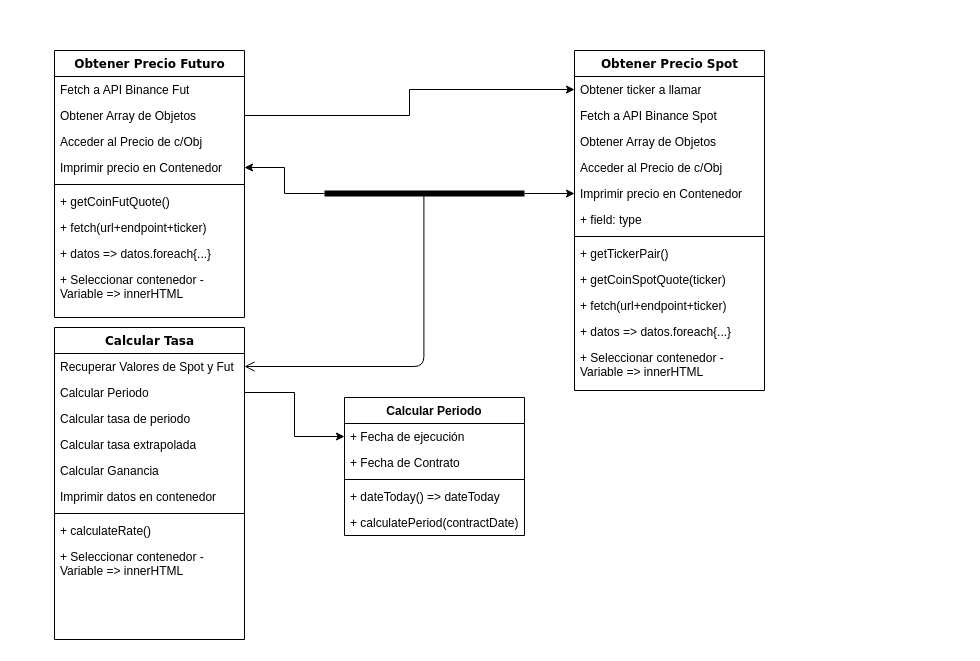
Earlier version of the draw.io diagram Flujo de logica.drawio (frepetti/Crypto-Tracker). Source tidied: cells renumbered, new cells numbered last; positions are measured from the earlier drawing's top-left corner, leaving out a move shared by most shapes. Both pictures are drawn from the tidied source at 100%, with x=0, y=0 at pixel (54, 50).
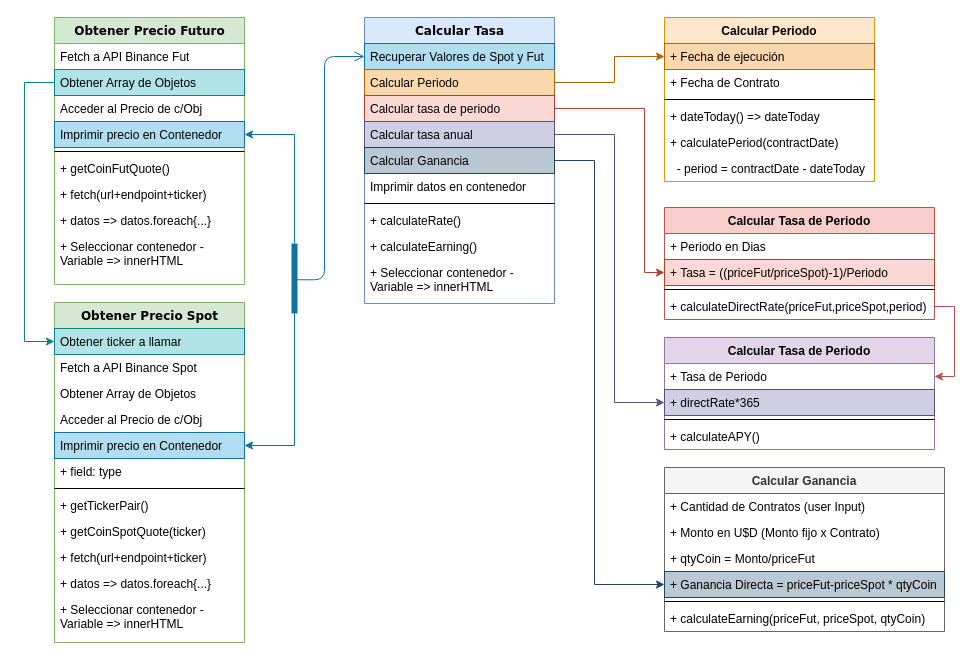
The same page after the edit.

Commit message (it also covers changes not shown here):
Logica Actualizada

The edit, as a diff of the source:
```diff
@@
-    <mxCell id="2" value="Obtener Precio Spot" style="swimlane;html=1;fontStyle=1;align=center;verticalAlign=top;horizontal=1;startSize=26;swimlaneFillColor=#ffffff;rounded=0;shadow=0;comic=0;labelBackgroundColor=none;strokeWidth=1;fillColor=none;fontFamily=Verdana;fontSize=12;" parent="1" vertex="1">
-      <mxGeometry x="520" width="190" height="340" as="geometry" />
+    <mxCell id="2" value="Obtener Precio Spot" style="swimlane;html=1;fontStyle=1;align=center;verticalAlign=top;horizontal=1;startSize=26;swimlaneFillColor=#ffffff;rounded=0;shadow=0;comic=0;labelBackgroundColor=none;strokeWidth=1;fillColor=#d5e8d4;fontFamily=Verdana;fontSize=12;strokeColor=#82b366;" parent="1" vertex="1">
+      <mxGeometry y="252" width="190" height="340" as="geometry" />
     </mxCell>
-    <mxCell id="3" value="Obtener ticker a llamar" style="text;html=1;strokeColor=none;fillColor=none;align=left;verticalAlign=top;spacingLeft=4;spacingRight=4;whiteSpace=wrap;overflow=hidden;points=[[0,0.5],[1,0.5]];portConstraint=eastwest;" parent="2" vertex="1">
+    <mxCell id="3" value="Obtener ticker a llamar" style="text;html=1;strokeColor=#0e8088;fillColor=#b0e3e6;align=left;verticalAlign=top;spacingLeft=4;spacingRight=4;whiteSpace=wrap;overflow=hidden;points=[[0,0.5],[1,0.5]];portConstraint=eastwest;" parent="2" vertex="1">
       <mxGeometry y="26" width="190" height="26" as="geometry" />
     </mxCell>
@@
-    <mxCell id="7" value="Imprimir precio en Contenedor" style="text;html=1;strokeColor=none;fillColor=none;align=left;verticalAlign=top;spacingLeft=4;spacingRight=4;whiteSpace=wrap;overflow=hidden;points=[[0,0.5],[1,0.5]];portConstraint=eastwest;" parent="2" vertex="1">
+    <mxCell id="7" value="Imprimir precio en Contenedor" style="text;html=1;strokeColor=#10739e;fillColor=#b1ddf0;align=left;verticalAlign=top;spacingLeft=4;spacingRight=4;whiteSpace=wrap;overflow=hidden;points=[[0,0.5],[1,0.5]];portConstraint=eastwest;" parent="2" vertex="1">
       <mxGeometry y="130" width="190" height="26" as="geometry" />
     </mxCell>
@@
-    <mxCell id="15" value="Obtener Precio Futuro" style="swimlane;html=1;fontStyle=1;align=center;verticalAlign=top;horizontal=1;startSize=26;swimlaneFillColor=#ffffff;rounded=0;shadow=0;comic=0;labelBackgroundColor=none;strokeWidth=1;fillColor=none;fontFamily=Verdana;fontSize=12;" parent="1" vertex="1">
-      <mxGeometry width="190" height="267" as="geometry" />
+    <mxCell id="15" value="Obtener Precio Futuro" style="swimlane;html=1;fontStyle=1;align=center;verticalAlign=top;horizontal=1;startSize=26;swimlaneFillColor=#ffffff;rounded=0;shadow=0;comic=0;labelBackgroundColor=none;strokeWidth=1;fillColor=#d5e8d4;fontFamily=Verdana;fontSize=12;strokeColor=#82b366;" parent="1" vertex="1">
+      <mxGeometry y="-33" width="190" height="267" as="geometry" />
     </mxCell>
@@
-    <mxCell id="17" value="Obtener Array de Objetos" style="text;html=1;strokeColor=none;fillColor=none;align=left;verticalAlign=top;spacingLeft=4;spacingRight=4;whiteSpace=wrap;overflow=hidden;points=[[0,0.5],[1,0.5]];portConstraint=eastwest;" parent="15" vertex="1">
+    <mxCell id="17" value="Obtener Array de Objetos" style="text;html=1;strokeColor=#0e8088;fillColor=#b0e3e6;align=left;verticalAlign=top;spacingLeft=4;spacingRight=4;whiteSpace=wrap;overflow=hidden;points=[[0,0.5],[1,0.5]];portConstraint=eastwest;" parent="15" vertex="1">
       <mxGeometry y="52" width="190" height="26" as="geometry" />
     </mxCell>
@@
-    <mxCell id="19" value="Imprimir precio en Contenedor" style="text;html=1;strokeColor=none;fillColor=none;align=left;verticalAlign=top;spacingLeft=4;spacingRight=4;whiteSpace=wrap;overflow=hidden;points=[[0,0.5],[1,0.5]];portConstraint=eastwest;" parent="15" vertex="1">
+    <mxCell id="19" value="Imprimir precio en Contenedor" style="text;html=1;strokeColor=#10739e;fillColor=#b1ddf0;align=left;verticalAlign=top;spacingLeft=4;spacingRight=4;whiteSpace=wrap;overflow=hidden;points=[[0,0.5],[1,0.5]];portConstraint=eastwest;" parent="15" vertex="1">
       <mxGeometry y="104" width="190" height="26" as="geometry" />
     </mxCell>
@@
-    <mxCell id="25" style="edgeStyle=orthogonalEdgeStyle;rounded=0;jettySize=auto;html=1;entryX=0;entryY=0.5;entryDx=0;entryDy=0;exitX=1;exitY=0.5;exitDx=0;exitDy=0;" parent="1" edge="1" source="17" target="3">
-      <mxGeometry relative="1" as="geometry" />
+    <mxCell id="25" style="edgeStyle=orthogonalEdgeStyle;rounded=0;jettySize=auto;html=1;exitX=0;exitY=0.5;exitDx=0;exitDy=0;fillColor=#b0e3e6;strokeColor=#0e8088;" parent="1" edge="1" source="17">
+      <mxGeometry relative="1" as="geometry">
+        <mxPoint y="291" as="targetPoint" />
+        <Array as="points">
+          <mxPoint x="-30" y="32" />
+          <mxPoint x="-30" y="291" />
+          <mxPoint y="291" />
+        </Array>
+      </mxGeometry>
     </mxCell>
-    <mxCell id="26" value="Calcular Tasa" style="swimlane;html=1;fontStyle=1;align=center;verticalAlign=top;horizontal=1;startSize=26;swimlaneFillColor=#ffffff;rounded=0;shadow=0;comic=0;labelBackgroundColor=none;strokeWidth=1;fillColor=none;fontFamily=Verdana;fontSize=12;" parent="1" vertex="1">
-      <mxGeometry y="277" width="190" height="312" as="geometry" />
+    <mxCell id="26" value="Calcular Tasa" style="swimlane;html=1;fontStyle=1;align=center;verticalAlign=top;horizontal=1;startSize=26;swimlaneFillColor=#ffffff;rounded=0;shadow=0;comic=0;labelBackgroundColor=none;strokeWidth=1;fillColor=#dae8fc;fontFamily=Verdana;fontSize=12;strokeColor=#6c8ebf;" parent="1" vertex="1">
+      <mxGeometry x="310" y="-33" width="190" height="286" as="geometry" />
     </mxCell>
-    <mxCell id="27" value="Recuperar Valores de Spot y Fut" style="text;html=1;strokeColor=none;fillColor=none;align=left;verticalAlign=top;spacingLeft=4;spacingRight=4;whiteSpace=wrap;overflow=hidden;points=[[0,0.5],[1,0.5]];portConstraint=eastwest;" parent="26" vertex="1">
+    <mxCell id="27" value="Recuperar Valores de Spot y Fut" style="text;html=1;strokeColor=#10739e;fillColor=#b1ddf0;align=left;verticalAlign=top;spacingLeft=4;spacingRight=4;whiteSpace=wrap;overflow=hidden;points=[[0,0.5],[1,0.5]];portConstraint=eastwest;" parent="26" vertex="1">
       <mxGeometry y="26" width="190" height="26" as="geometry" />
     </mxCell>
-    <mxCell id="28" value="Calcular Periodo" style="text;html=1;strokeColor=none;fillColor=none;align=left;verticalAlign=top;spacingLeft=4;spacingRight=4;whiteSpace=wrap;overflow=hidden;points=[[0,0.5],[1,0.5]];portConstraint=eastwest;" parent="26" vertex="1">
+    <mxCell id="28" value="Calcular Periodo" style="text;html=1;strokeColor=#b46504;fillColor=#fad7ac;align=left;verticalAlign=top;spacingLeft=4;spacingRight=4;whiteSpace=wrap;overflow=hidden;points=[[0,0.5],[1,0.5]];portConstraint=eastwest;" parent="26" vertex="1">
       <mxGeometry y="52" width="190" height="26" as="geometry" />
     </mxCell>
-    <mxCell id="29" value="Calcular tasa de periodo" style="text;html=1;strokeColor=none;fillColor=none;align=left;verticalAlign=top;spacingLeft=4;spacingRight=4;whiteSpace=wrap;overflow=hidden;points=[[0,0.5],[1,0.5]];portConstraint=eastwest;" parent="26" vertex="1">
+    <mxCell id="29" value="Calcular tasa de periodo" style="text;html=1;strokeColor=#ae4132;fillColor=#fad9d5;align=left;verticalAlign=top;spacingLeft=4;spacingRight=4;whiteSpace=wrap;overflow=hidden;points=[[0,0.5],[1,0.5]];portConstraint=eastwest;" parent="26" vertex="1">
       <mxGeometry y="78" width="190" height="26" as="geometry" />
     </mxCell>
-    <mxCell id="30" value="Calcular tasa extrapolada" style="text;html=1;strokeColor=none;fillColor=none;align=left;verticalAlign=top;spacingLeft=4;spacingRight=4;whiteSpace=wrap;overflow=hidden;points=[[0,0.5],[1,0.5]];portConstraint=eastwest;" parent="26" vertex="1">
+    <mxCell id="30" value="Calcular tasa anual" style="text;html=1;strokeColor=#56517e;fillColor=#d0cee2;align=left;verticalAlign=top;spacingLeft=4;spacingRight=4;whiteSpace=wrap;overflow=hidden;points=[[0,0.5],[1,0.5]];portConstraint=eastwest;" parent="26" vertex="1">
       <mxGeometry y="104" width="190" height="26" as="geometry" />
     </mxCell>
-    <mxCell id="31" value="Calcular Ganancia" style="text;html=1;strokeColor=none;fillColor=none;align=left;verticalAlign=top;spacingLeft=4;spacingRight=4;whiteSpace=wrap;overflow=hidden;points=[[0,0.5],[1,0.5]];portConstraint=eastwest;" parent="26" vertex="1">
+    <mxCell id="31" value="Calcular Ganancia" style="text;html=1;strokeColor=#23445d;fillColor=#bac8d3;align=left;verticalAlign=top;spacingLeft=4;spacingRight=4;whiteSpace=wrap;overflow=hidden;points=[[0,0.5],[1,0.5]];portConstraint=eastwest;" parent="26" vertex="1">
       <mxGeometry y="130" width="190" height="26" as="geometry" />
     </mxCell>
@@
+    <mxCell id="47" value="+ calculateEarning()" style="text;html=1;strokeColor=none;fillColor=none;align=left;verticalAlign=top;spacingLeft=4;spacingRight=4;whiteSpace=wrap;overflow=hidden;" parent="26" vertex="1">
+      <mxGeometry y="216" width="190" height="26" as="geometry" />
+    </mxCell>
     <mxCell id="35" value="+ Seleccionar contenedor - Variable =&amp;gt; innerHTML" style="text;html=1;strokeColor=none;fillColor=none;align=left;verticalAlign=top;spacingLeft=4;spacingRight=4;whiteSpace=wrap;overflow=hidden;" parent="26" vertex="1">
-      <mxGeometry y="216" width="190" height="44" as="geometry" />
+      <mxGeometry y="242" width="190" height="44" as="geometry" />
     </mxCell>
-    <mxCell id="36" style="edgeStyle=orthogonalEdgeStyle;rounded=0;jettySize=auto;html=1;exitX=1;exitY=0.5;exitDx=0;exitDy=0;exitPerimeter=0;" parent="1" edge="1" source="38" target="7">
-      <mxGeometry relative="1" as="geometry" />
+    <mxCell id="36" style="edgeStyle=orthogonalEdgeStyle;rounded=0;jettySize=auto;html=1;exitX=1;exitY=0.5;exitDx=0;exitDy=0;exitPerimeter=0;fillColor=#b1ddf0;strokeColor=#10739e;" parent="1" edge="1" source="38" target="7">
+      <mxGeometry relative="1" as="geometry">
+        <Array as="points">
+          <mxPoint x="240" y="395" />
+        </Array>
+      </mxGeometry>
     </mxCell>
-    <mxCell id="37" style="edgeStyle=orthogonalEdgeStyle;rounded=0;jettySize=auto;html=1;entryX=1;entryY=0.5;entryDx=0;entryDy=0;exitX=0;exitY=0.5;exitDx=0;exitDy=0;exitPerimeter=0;" parent="1" edge="1" source="38" target="19">
+    <mxCell id="37" style="edgeStyle=orthogonalEdgeStyle;rounded=0;jettySize=auto;html=1;entryX=1;entryY=0.5;entryDx=0;entryDy=0;exitX=0;exitY=0.5;exitDx=0;exitDy=0;exitPerimeter=0;fillColor=#b1ddf0;strokeColor=#10739e;" parent="1" edge="1" source="38" target="19">
       <mxGeometry relative="1" as="geometry" />
     </mxCell>
-    <mxCell id="38" style="shape=line;html=1;strokeWidth=6;fillColor=#000000;" parent="1" vertex="1">
-      <mxGeometry x="270" y="138" width="200" height="10" as="geometry" />
+    <mxCell id="38" style="shape=line;html=1;strokeWidth=6;fillColor=#b1ddf0;rotation=90;strokeColor=#10739e;" parent="1" vertex="1">
+      <mxGeometry x="205" y="223" width="70" height="10" as="geometry" />
     </mxCell>
-    <mxCell id="39" style="edgeStyle=orthogonalEdgeStyle;html=1;verticalAlign=bottom;endArrow=open;endSize=8;entryX=1;entryY=0.5;entryDx=0;entryDy=0;exitX=0.497;exitY=0.406;exitDx=0;exitDy=0;exitPerimeter=0;" parent="1" edge="1" source="38" target="27">
-      <mxGeometry relative="1" as="geometry" />
+    <mxCell id="39" style="edgeStyle=orthogonalEdgeStyle;html=1;verticalAlign=bottom;endArrow=open;endSize=8;entryX=0;entryY=0.5;entryDx=0;entryDy=0;exitX=0.518;exitY=0.476;exitDx=0;exitDy=0;exitPerimeter=0;fillColor=#b1ddf0;strokeColor=#10739e;" parent="1" edge="1" source="38" target="27">
+      <mxGeometry relative="1" as="geometry">
+        <Array as="points">
+          <mxPoint x="270" y="229" />
+          <mxPoint x="270" y="6" />
+        </Array>
+      </mxGeometry>
     </mxCell>
-    <mxCell id="40" value="Calcular Periodo" style="swimlane;fontStyle=1;align=center;verticalAlign=top;horizontal=1;startSize=26;" parent="1" vertex="1">
-      <mxGeometry x="290" y="347" width="180" height="138" as="geometry" />
+    <mxCell id="40" value="Calcular Periodo" style="swimlane;fontStyle=1;align=center;verticalAlign=top;horizontal=1;startSize=26;fillColor=#ffe6cc;strokeColor=#d79b00;" parent="1" vertex="1">
+      <mxGeometry x="610" y="-33" width="210" height="164" as="geometry" />
     </mxCell>
-    <mxCell id="41" value="+ Fecha de ejecución" style="text;strokeColor=none;fillColor=none;align=left;verticalAlign=top;spacingLeft=4;spacingRight=4;overflow=hidden;points=[[0,0.5],[1,0.5]];portConstraint=eastwest;" parent="40" vertex="1">
-      <mxGeometry y="26" width="180" height="26" as="geometry" />
+    <mxCell id="41" value="+ Fecha de ejecución" style="text;strokeColor=#b46504;fillColor=#fad7ac;align=left;verticalAlign=top;spacingLeft=4;spacingRight=4;overflow=hidden;points=[[0,0.5],[1,0.5]];portConstraint=eastwest;" parent="40" vertex="1">
+      <mxGeometry y="26" width="210" height="26" as="geometry" />
     </mxCell>
     <mxCell id="42" value="+ Fecha de Contrato" style="text;strokeColor=none;fillColor=none;align=left;verticalAlign=top;spacingLeft=4;spacingRight=4;overflow=hidden;" parent="40" vertex="1">
-      <mxGeometry y="52" width="180" height="26" as="geometry" />
+      <mxGeometry y="52" width="210" height="26" as="geometry" />
     </mxCell>
     <mxCell id="43" style="line;strokeWidth=1;fillColor=none;align=left;verticalAlign=middle;spacingTop=-1;spacingLeft=3;spacingRight=3;labelPosition=right;" parent="40" vertex="1">
-      <mxGeometry y="78" width="180" height="8" as="geometry" />
+      <mxGeometry y="78" width="210" height="8" as="geometry" />
     </mxCell>
     <mxCell id="44" value="+ dateToday() =&gt; dateToday" style="text;strokeColor=none;fillColor=none;align=left;verticalAlign=top;spacingLeft=4;spacingRight=4;overflow=hidden;" parent="40" vertex="1">
-      <mxGeometry y="86" width="180" height="26" as="geometry" />
+      <mxGeometry y="86" width="210" height="26" as="geometry" />
     </mxCell>
     <mxCell id="45" value="+ calculatePeriod(contractDate)" style="text;strokeColor=none;fillColor=none;align=left;verticalAlign=top;spacingLeft=4;spacingRight=4;overflow=hidden;" parent="40" vertex="1">
-      <mxGeometry y="112" width="180" height="26" as="geometry" />
+      <mxGeometry y="112" width="210" height="26" as="geometry" />
     </mxCell>
+    <mxCell id="48" value="  - period = contractDate - dateToday" style="text;strokeColor=none;fillColor=none;align=left;verticalAlign=top;spacingLeft=4;spacingRight=4;overflow=hidden;" parent="40" vertex="1">
+      <mxGeometry y="138" width="210" height="26" as="geometry" />
+    </mxCell>
-    <mxCell id="46" style="edgeStyle=orthogonalEdgeStyle;rounded=0;jettySize=auto;html=1;entryX=0;entryY=0.5;entryDx=0;entryDy=0;" parent="1" edge="1" source="28" target="41">
-      <mxGeometry relative="1" as="geometry" />
+    <mxCell id="46" style="edgeStyle=orthogonalEdgeStyle;rounded=0;jettySize=auto;html=1;entryX=0;entryY=0.5;entryDx=0;entryDy=0;exitX=1;exitY=0.5;exitDx=0;exitDy=0;fillColor=#fad7ac;strokeColor=#b46504;" parent="1" edge="1" source="28" target="41">
+      <mxGeometry relative="1" as="geometry">
+        <Array as="points">
+          <mxPoint x="560" y="32" />
+          <mxPoint x="560" y="6" />
+        </Array>
+      </mxGeometry>
     </mxCell>
+    <mxCell id="49" value="Calcular Tasa de Periodo" style="swimlane;fontStyle=1;align=center;verticalAlign=top;horizontal=1;startSize=26;fillColor=#f8cecc;strokeColor=#b85450;" parent="1" vertex="1">
+      <mxGeometry x="610" y="157" width="270" height="112" as="geometry" />
+    </mxCell>
+    <mxCell id="50" value="+ Periodo en Dias" style="text;strokeColor=none;fillColor=none;align=left;verticalAlign=top;spacingLeft=4;spacingRight=4;overflow=hidden;" parent="49" vertex="1">
+      <mxGeometry y="26" width="270" height="26" as="geometry" />
+    </mxCell>
+    <mxCell id="51" value="+ Tasa = ((priceFut/priceSpot)-1)/Periodo" style="text;strokeColor=#ae4132;fillColor=#fad9d5;align=left;verticalAlign=top;spacingLeft=4;spacingRight=4;overflow=hidden;points=[[0,0.5],[1,0.5]];portConstraint=eastwest;" parent="49" vertex="1">
+      <mxGeometry y="52" width="270" height="26" as="geometry" />
+    </mxCell>
+    <mxCell id="52" style="line;strokeWidth=1;fillColor=none;align=left;verticalAlign=middle;spacingTop=-1;spacingLeft=3;spacingRight=3;labelPosition=right;" parent="49" vertex="1">
+      <mxGeometry y="78" width="270" height="8" as="geometry" />
+    </mxCell>
+    <mxCell id="53" value="+ calculateDirectRate(priceFut,priceSpot,period)" style="text;strokeColor=none;fillColor=none;align=left;verticalAlign=top;spacingLeft=4;spacingRight=4;overflow=hidden;points=[[0,0.5],[1,0.5]];portConstraint=eastwest;" parent="49" vertex="1">
+      <mxGeometry y="86" width="270" height="26" as="geometry" />
+    </mxCell>
+    <mxCell id="54" style="edgeStyle=orthogonalEdgeStyle;rounded=0;jettySize=auto;html=1;entryX=0;entryY=0.5;entryDx=0;entryDy=0;fillColor=#fad9d5;strokeColor=#ae4132;" parent="1" edge="1" source="29" target="51">
+      <mxGeometry relative="1" as="geometry">
+        <Array as="points">
+          <mxPoint x="590" y="58" />
+          <mxPoint x="590" y="222" />
+        </Array>
+      </mxGeometry>
+    </mxCell>
+    <mxCell id="55" value="Calcular Tasa de Periodo" style="swimlane;fontStyle=1;align=center;verticalAlign=top;horizontal=1;startSize=26;fillColor=#e1d5e7;strokeColor=#9673a6;" parent="1" vertex="1">
+      <mxGeometry x="610" y="287" width="270" height="112" as="geometry" />
+    </mxCell>
+    <mxCell id="56" value="+ Tasa de Periodo" style="text;strokeColor=none;fillColor=none;align=left;verticalAlign=top;spacingLeft=4;spacingRight=4;overflow=hidden;points=[[0,0.5],[1,0.5]];portConstraint=eastwest;" parent="55" vertex="1">
+      <mxGeometry y="26" width="270" height="26" as="geometry" />
+    </mxCell>
+    <mxCell id="57" value="+ directRate*365" style="text;strokeColor=#56517e;fillColor=#d0cee2;align=left;verticalAlign=top;spacingLeft=4;spacingRight=4;overflow=hidden;points=[[0,0.5],[1,0.5]];portConstraint=eastwest;" parent="55" vertex="1">
+      <mxGeometry y="52" width="270" height="26" as="geometry" />
+    </mxCell>
+    <mxCell id="58" style="line;strokeWidth=1;fillColor=none;align=left;verticalAlign=middle;spacingTop=-1;spacingLeft=3;spacingRight=3;labelPosition=right;" parent="55" vertex="1">
+      <mxGeometry y="78" width="270" height="8" as="geometry" />
+    </mxCell>
+    <mxCell id="59" value="+ calculateAPY()" style="text;strokeColor=none;fillColor=none;align=left;verticalAlign=top;spacingLeft=4;spacingRight=4;overflow=hidden;" parent="55" vertex="1">
+      <mxGeometry y="86" width="270" height="26" as="geometry" />
+    </mxCell>
+    <mxCell id="60" style="edgeStyle=orthogonalEdgeStyle;rounded=0;jettySize=auto;html=1;entryX=1;entryY=0.5;entryDx=0;entryDy=0;exitX=1;exitY=0.5;exitDx=0;exitDy=0;gradientColor=#ea6b66;fillColor=#f8cecc;strokeColor=#b85450;" parent="1" edge="1" source="53" target="56">
+      <mxGeometry relative="1" as="geometry" />
+    </mxCell>
+    <mxCell id="61" style="edgeStyle=orthogonalEdgeStyle;rounded=0;jettySize=auto;html=1;entryX=0;entryY=0.5;entryDx=0;entryDy=0;exitX=1;exitY=0.5;exitDx=0;exitDy=0;fillColor=#d0cee2;strokeColor=#56517e;" parent="1" edge="1" source="30" target="57">
+      <mxGeometry relative="1" as="geometry">
+        <Array as="points">
+          <mxPoint x="560" y="84" />
+          <mxPoint x="560" y="352" />
+        </Array>
+      </mxGeometry>
+    </mxCell>
+    <mxCell id="62" value="Calcular Ganancia" style="swimlane;fontStyle=1;align=center;verticalAlign=top;horizontal=1;startSize=26;fillColor=#f5f5f5;strokeColor=#666666;fontColor=#333333;" parent="1" vertex="1">
+      <mxGeometry x="610" y="417" width="280" height="164" as="geometry" />
+    </mxCell>
+    <mxCell id="63" value="+ Cantidad de Contratos (user Input)" style="text;strokeColor=none;fillColor=none;align=left;verticalAlign=top;spacingLeft=4;spacingRight=4;overflow=hidden;" parent="62" vertex="1">
+      <mxGeometry y="26" width="280" height="26" as="geometry" />
+    </mxCell>
+    <mxCell id="64" value="+ Monto en U$D (Monto fijo x Contrato)" style="text;strokeColor=none;fillColor=none;align=left;verticalAlign=top;spacingLeft=4;spacingRight=4;overflow=hidden;" parent="62" vertex="1">
+      <mxGeometry y="52" width="280" height="26" as="geometry" />
+    </mxCell>
+    <mxCell id="65" value="+ qtyCoin = Monto/priceFut" style="text;strokeColor=none;fillColor=none;align=left;verticalAlign=top;spacingLeft=4;spacingRight=4;overflow=hidden;" parent="62" vertex="1">
+      <mxGeometry y="78" width="280" height="26" as="geometry" />
+    </mxCell>
+    <mxCell id="66" value="+ Ganancia Directa = priceFut-priceSpot * qtyCoin" style="text;strokeColor=#23445d;fillColor=#bac8d3;align=left;verticalAlign=top;spacingLeft=4;spacingRight=4;overflow=hidden;points=[[0,0.5],[1,0.5]];portConstraint=eastwest;" parent="62" vertex="1">
+      <mxGeometry y="104" width="280" height="26" as="geometry" />
+    </mxCell>
+    <mxCell id="67" style="line;strokeWidth=1;fillColor=none;align=left;verticalAlign=middle;spacingTop=-1;spacingLeft=3;spacingRight=3;labelPosition=right;" parent="62" vertex="1">
+      <mxGeometry y="130" width="280" height="8" as="geometry" />
+    </mxCell>
+    <mxCell id="68" value="+ calculateEarning(priceFut, priceSpot, qtyCoin)" style="text;strokeColor=none;fillColor=none;align=left;verticalAlign=top;spacingLeft=4;spacingRight=4;overflow=hidden;" parent="62" vertex="1">
+      <mxGeometry y="138" width="280" height="26" as="geometry" />
+    </mxCell>
+    <mxCell id="69" style="edgeStyle=orthogonalEdgeStyle;rounded=0;jettySize=auto;html=1;entryX=0;entryY=0.5;entryDx=0;entryDy=0;fillColor=#bac8d3;strokeColor=#23445d;" parent="1" edge="1" source="31" target="66">
+      <mxGeometry relative="1" as="geometry">
+        <Array as="points">
+          <mxPoint x="540" y="110" />
+          <mxPoint x="540" y="534" />
+        </Array>
+      </mxGeometry>
+    </mxCell>
```
